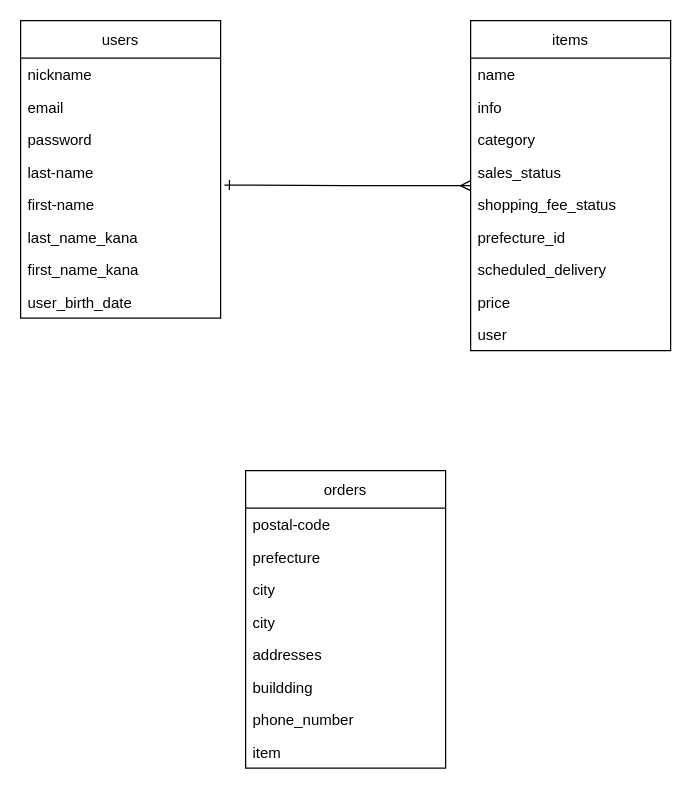
Above: furima.dio in mikuma1/furima-31094 (draw.io), before the change. Source tidied: cells renumbered, new cells numbered last; positions are measured from the earlier drawing's top-left corner, leaving out a move shared by most shapes. Both pictures are drawn from the tidied source at 125%, with x=0, y=0 at pixel (20, 20).
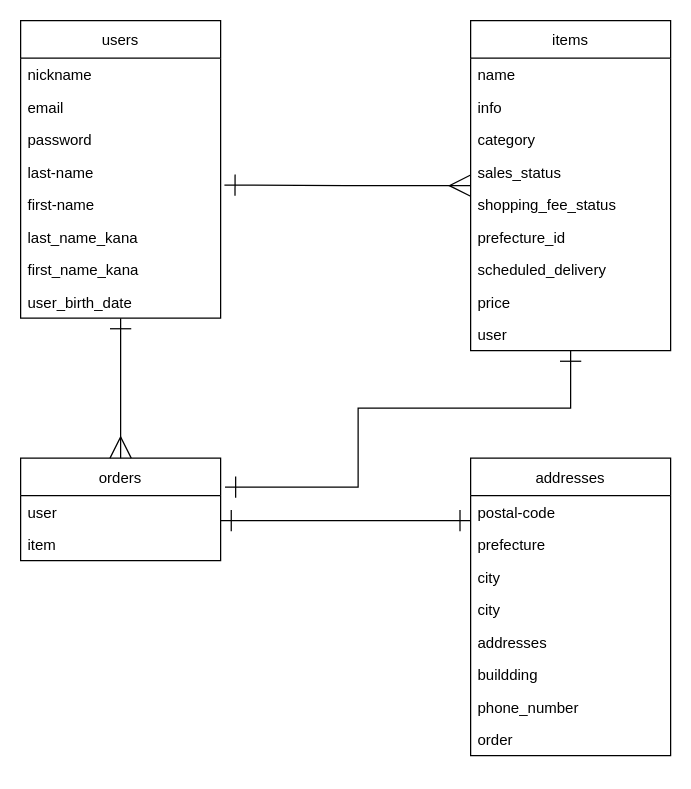
The same page after the edit.

Commit message (it also covers changes not shown here):
addressesテーブルの追加

The change refers to these unchanged cells:
```xml
<mxCell id="3" value="items" style="swimlane;fontStyle=0;horizontal=1;startSize=30;fillColor=none;" parent="1" vertex="1">
  <mxGeometry x="360" width="160" height="264" as="geometry" />
</mxCell>
<mxCell id="13" value="users" style="swimlane;fontStyle=0;horizontal=1;startSize=30;fillColor=none;" parent="1" vertex="1">
  <mxGeometry width="160" height="238" as="geometry" />
</mxCell>
<mxCell id="18" value="first-name" style="text;strokeColor=none;fillColor=none;align=left;verticalAlign=top;spacingLeft=4;spacingRight=4;overflow=hidden;points=[[0,0.5],[1,0.5]];portConstraint=eastwest;" parent="13" vertex="1">
  <mxGeometry y="134" width="160" height="26" as="geometry" />
</mxCell>
```

What changed in the source:
```diff
@@
-    <mxCell id="2" style="edgeStyle=orthogonalEdgeStyle;rounded=0;jettySize=auto;html=1;entryX=1.019;entryY=-0.096;entryDx=0;entryDy=0;entryPerimeter=0;startArrow=ERmany;startFill=0;endArrow=ERone;endFill=0;" parent="1" edge="1" source="3" target="18">
+    <mxCell id="2" style="edgeStyle=orthogonalEdgeStyle;rounded=0;jettySize=auto;html=1;entryX=1.019;entryY=-0.096;entryDx=0;entryDy=0;entryPerimeter=0;startArrow=ERmany;startFill=0;endArrow=ERone;endFill=0;endSize=15;startSize=15;" parent="1" edge="1" source="3" target="18">
       <mxGeometry relative="1" as="geometry" />
     </mxCell>
+    <mxCell id="31" style="edgeStyle=orthogonalEdgeStyle;rounded=0;jettySize=auto;html=1;entryX=1.022;entryY=-0.261;entryDx=0;entryDy=0;startArrow=ERone;startFill=0;endArrow=ERone;endFill=0;endSize=15;startSize=15;entryPerimeter=0;" parent="1" edge="1" source="3" target="23">
+      <mxGeometry relative="1" as="geometry">
+        <Array as="points">
+          <mxPoint x="440" y="310" />
+          <mxPoint x="270" y="310" />
+          <mxPoint x="270" y="373" />
+        </Array>
+      </mxGeometry>
+    </mxCell>
@@
+    <mxCell id="32" style="edgeStyle=orthogonalEdgeStyle;rounded=0;jettySize=auto;html=1;entryX=0.5;entryY=0;entryDx=0;entryDy=0;endArrow=ERmany;endFill=0;startArrow=ERone;startFill=0;endSize=15;startSize=15;" parent="1" edge="1" source="13" target="22">
+      <mxGeometry relative="1" as="geometry" />
+    </mxCell>
@@
     <mxCell id="22" value="orders" style="swimlane;fontStyle=0;horizontal=1;startSize=30;fillColor=none;" parent="1" vertex="1">
-      <mxGeometry x="180" y="360" width="160" height="238" as="geometry" />
+      <mxGeometry y="350" width="160" height="82" as="geometry" />
     </mxCell>
-    <mxCell id="23" value="postal-code" style="text;strokeColor=none;fillColor=none;align=left;verticalAlign=top;spacingLeft=4;spacingRight=4;overflow=hidden;points=[[0,0.5],[1,0.5]];portConstraint=eastwest;" parent="22" vertex="1">
+    <mxCell id="23" value="user" style="text;strokeColor=none;fillColor=none;align=left;verticalAlign=top;spacingLeft=4;spacingRight=4;overflow=hidden;points=[[0,0.5],[1,0.5]];portConstraint=eastwest;" parent="22" vertex="1">
       <mxGeometry y="30" width="160" height="26" as="geometry" />
     </mxCell>
-    <mxCell id="24" value="prefecture" style="text;strokeColor=none;fillColor=none;align=left;verticalAlign=top;spacingLeft=4;spacingRight=4;overflow=hidden;" parent="22" vertex="1">
+    <mxCell id="24" value="item" style="text;strokeColor=none;fillColor=none;align=left;verticalAlign=top;spacingLeft=4;spacingRight=4;overflow=hidden;" parent="22" vertex="1">
       <mxGeometry y="56" width="160" height="26" as="geometry" />
     </mxCell>
+    <mxCell id="33" style="edgeStyle=orthogonalEdgeStyle;rounded=0;jettySize=auto;html=1;startArrow=ERone;startFill=0;endArrow=ERone;endFill=0;endSize=15;startSize=15;" parent="1" edge="1" source="34">
+      <mxGeometry relative="1" as="geometry">
+        <mxPoint x="160" y="400" as="targetPoint" />
+        <Array as="points">
+          <mxPoint x="160" y="400" />
+        </Array>
+      </mxGeometry>
+    </mxCell>
+    <mxCell id="34" value="addresses" style="swimlane;fontStyle=0;horizontal=1;startSize=30;fillColor=none;" parent="1" vertex="1">
+      <mxGeometry x="360" y="350" width="160" height="238" as="geometry" />
+    </mxCell>
+    <mxCell id="35" value="postal-code" style="text;strokeColor=none;fillColor=none;align=left;verticalAlign=top;spacingLeft=4;spacingRight=4;overflow=hidden;" parent="34" vertex="1">
+      <mxGeometry y="30" width="160" height="26" as="geometry" />
+    </mxCell>
+    <mxCell id="36" value="prefecture" style="text;strokeColor=none;fillColor=none;align=left;verticalAlign=top;spacingLeft=4;spacingRight=4;overflow=hidden;" parent="34" vertex="1">
+      <mxGeometry y="56" width="160" height="26" as="geometry" />
+    </mxCell>
-    <mxCell id="25" value="city" style="text;strokeColor=none;fillColor=none;align=left;verticalAlign=top;spacingLeft=4;spacingRight=4;overflow=hidden;" parent="22" vertex="1">
+    <mxCell id="25" value="city" style="text;strokeColor=none;fillColor=none;align=left;verticalAlign=top;spacingLeft=4;spacingRight=4;overflow=hidden;" parent="34" vertex="1">
       <mxGeometry y="82" width="160" height="26" as="geometry" />
     </mxCell>
-    <mxCell id="26" value="city" style="text;strokeColor=none;fillColor=none;align=left;verticalAlign=top;spacingLeft=4;spacingRight=4;overflow=hidden;" parent="22" vertex="1">
+    <mxCell id="26" value="city" style="text;strokeColor=none;fillColor=none;align=left;verticalAlign=top;spacingLeft=4;spacingRight=4;overflow=hidden;" parent="34" vertex="1">
       <mxGeometry y="108" width="160" height="26" as="geometry" />
     </mxCell>
-    <mxCell id="27" value="addresses" style="text;strokeColor=none;fillColor=none;align=left;verticalAlign=top;spacingLeft=4;spacingRight=4;overflow=hidden;" parent="22" vertex="1">
+    <mxCell id="27" value="addresses" style="text;strokeColor=none;fillColor=none;align=left;verticalAlign=top;spacingLeft=4;spacingRight=4;overflow=hidden;" parent="34" vertex="1">
       <mxGeometry y="134" width="160" height="26" as="geometry" />
     </mxCell>
-    <mxCell id="28" value="buildding" style="text;strokeColor=none;fillColor=none;align=left;verticalAlign=top;spacingLeft=4;spacingRight=4;overflow=hidden;" parent="22" vertex="1">
+    <mxCell id="28" value="buildding" style="text;strokeColor=none;fillColor=none;align=left;verticalAlign=top;spacingLeft=4;spacingRight=4;overflow=hidden;" parent="34" vertex="1">
       <mxGeometry y="160" width="160" height="26" as="geometry" />
     </mxCell>
-    <mxCell id="29" value="phone_number" style="text;strokeColor=none;fillColor=none;align=left;verticalAlign=top;spacingLeft=4;spacingRight=4;overflow=hidden;" parent="22" vertex="1">
+    <mxCell id="29" value="phone_number" style="text;strokeColor=none;fillColor=none;align=left;verticalAlign=top;spacingLeft=4;spacingRight=4;overflow=hidden;" parent="34" vertex="1">
       <mxGeometry y="186" width="160" height="26" as="geometry" />
     </mxCell>
-    <mxCell id="30" value="item" style="text;strokeColor=none;fillColor=none;align=left;verticalAlign=top;spacingLeft=4;spacingRight=4;overflow=hidden;" parent="22" vertex="1">
-      <mxGeometry y="212" width="160" height="26" as="geometry" />
-    </mxCell>
+    <mxCell id="37" value="order" style="text;strokeColor=none;fillColor=none;align=left;verticalAlign=top;spacingLeft=4;spacingRight=4;overflow=hidden;" parent="34" vertex="1">
+      <mxGeometry y="212" width="160" height="26" as="geometry" />
+    </mxCell>
```
